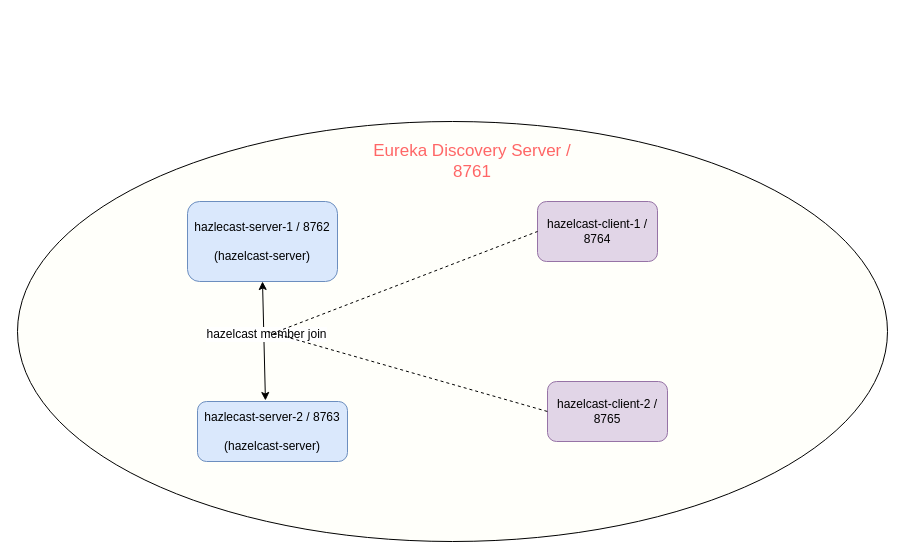
This is hazelcast-server.drawio from athulravindran87/hazelcast-cluster, a draw.io file, before an edit. Source tidied: cells renumbered, new cells numbered last; positions are measured from the earlier drawing's top-left corner, leaving out a move shared by most shapes. Both pictures are drawn from the tidied source at 100%, with x=0, y=0 at pixel (17, 121).
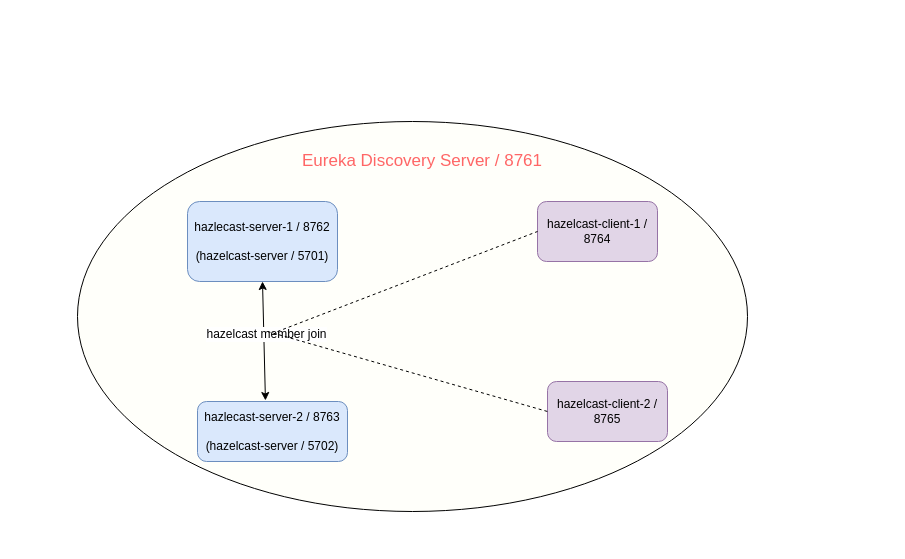
The same page after the edit.

What changed in the source:
```diff
@@
 <mxGraphModel>
   <root>
     <mxCell id="0" />
     <mxCell id="1" parent="0" />
     <mxCell id="2" value="&lt;br&gt;&lt;br&gt;&lt;br&gt;&lt;br&gt;&lt;br&gt;&lt;br&gt;&lt;br&gt;" style="ellipse;whiteSpace=wrap;html=1;fillColor=#FFFFFA;labelPosition=center;verticalLabelPosition=top;align=center;verticalAlign=bottom;" parent="1" vertex="1">
-      <mxGeometry width="870" height="420" as="geometry" />
+      <mxGeometry x="60" width="670" height="390" as="geometry" />
     </mxCell>
     <mxCell id="3" value="&lt;font style=&quot;font-size: 17px&quot; color=&quot;#ff6666&quot;&gt;Eureka Discovery Server / 8761&lt;/font&gt;" style="text;html=1;strokeColor=none;fillColor=none;align=center;verticalAlign=middle;whiteSpace=wrap;rounded=0;" parent="1" vertex="1">
-      <mxGeometry x="350" y="30" width="210" height="20" as="geometry" />
+      <mxGeometry x="250" y="30" width="310" height="20" as="geometry" />
     </mxCell>
-    <mxCell id="4" value="hazlecast-server-1 / 8762&lt;br&gt;&lt;br&gt;(hazelcast-server)&lt;br&gt;" style="rounded=1;whiteSpace=wrap;html=1;fillColor=#dae8fc;strokeColor=#6c8ebf;" parent="1" vertex="1">
+    <mxCell id="4" value="hazlecast-server-1 / 8762&lt;br&gt;&lt;br&gt;(hazelcast-server / 5701)&lt;br&gt;" style="rounded=1;whiteSpace=wrap;html=1;fillColor=#dae8fc;strokeColor=#6c8ebf;" parent="1" vertex="1">
       <mxGeometry x="170" y="80" width="150" height="80" as="geometry" />
     </mxCell>
-    <mxCell id="5" value="hazlecast-server-2 / 8763&lt;br&gt;&lt;br&gt;(hazelcast-server)&lt;br&gt;" style="rounded=1;whiteSpace=wrap;html=1;fillColor=#dae8fc;strokeColor=#6c8ebf;" parent="1" vertex="1">
+    <mxCell id="5" value="hazlecast-server-2 / 8763&lt;br&gt;&lt;br&gt;(hazelcast-server / 5702)&lt;br&gt;" style="rounded=1;whiteSpace=wrap;html=1;fillColor=#dae8fc;strokeColor=#6c8ebf;" parent="1" vertex="1">
       <mxGeometry x="180" y="280" width="150" height="60" as="geometry" />
     </mxCell>
     <mxCell id="6" style="endArrow=classic;startArrow=classic;html=1;entryX=0.453;entryY=-0.017;entryDx=0;entryDy=0;entryPerimeter=0;exitX=0.5;exitY=1;exitDx=0;exitDy=0;" parent="1" edge="1" source="4" target="5">
       <mxGeometry relative="1" as="geometry" />
     </mxCell>
     <mxCell id="7" value="hazelcast member join" style="text;html=1;align=center;verticalAlign=middle;labelBackgroundColor=#ffffff;" parent="6" vertex="1">
       <mxGeometry x="-0.11" y="2" relative="1" as="geometry" />
     </mxCell>
     <mxCell id="8" value="hazelcast-client-1 / 8764" style="rounded=1;whiteSpace=wrap;html=1;fillColor=#e1d5e7;strokeColor=#9673a6;" parent="1" vertex="1">
       <mxGeometry x="520" y="80" width="120" height="60" as="geometry" />
     </mxCell>
     <mxCell id="9" value="hazelcast-client-2 / 8765" style="rounded=1;whiteSpace=wrap;html=1;fillColor=#e1d5e7;strokeColor=#9673a6;" parent="1" vertex="1">
       <mxGeometry x="530" y="260" width="120" height="60" as="geometry" />
     </mxCell>
     <mxCell id="10" style="endArrow=none;dashed=1;html=1;entryX=0;entryY=0.5;entryDx=0;entryDy=0;" parent="1" edge="1" target="9">
       <mxGeometry relative="1" as="geometry">
         <mxPoint x="250" y="210" as="sourcePoint" />
       </mxGeometry>
     </mxCell>
     <mxCell id="11" style="endArrow=none;dashed=1;html=1;entryX=0;entryY=0.5;entryDx=0;entryDy=0;" parent="1" edge="1" target="8">
       <mxGeometry relative="1" as="geometry">
         <mxPoint x="260" y="210" as="sourcePoint" />
       </mxGeometry>
     </mxCell>
   </root>
 </mxGraphModel>
```
